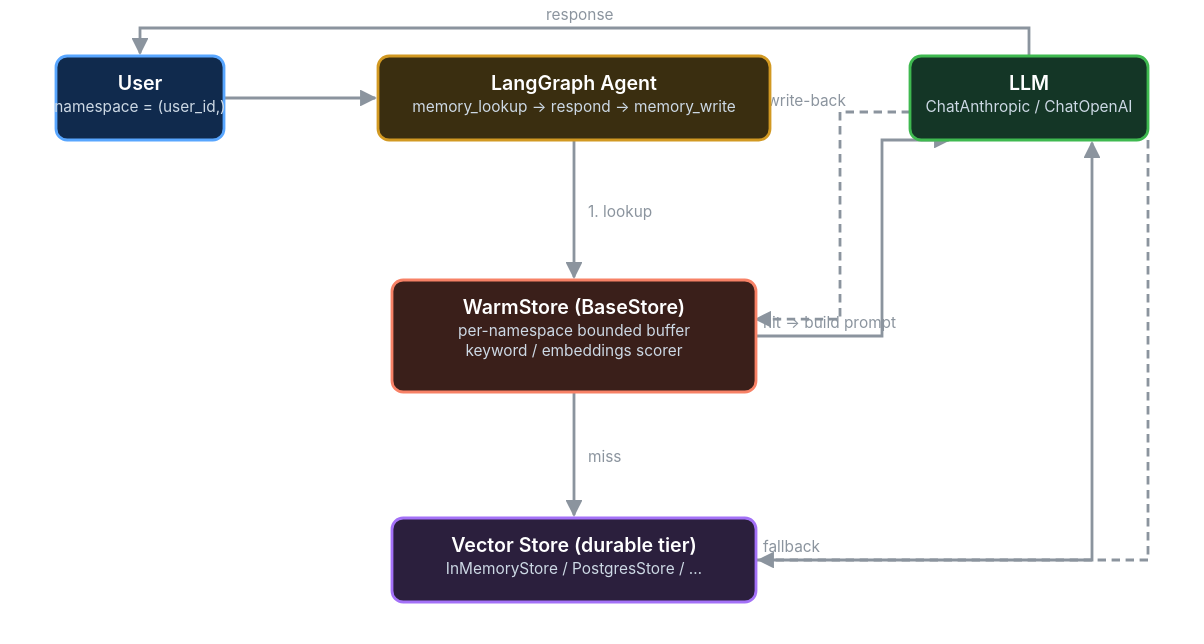
The draw.io diagram docs/warm_memory_architecture.drawio.svg in vsingh45/WarmMemory, before a commit. Source tidied: cells renumbered, new cells last; positions are measured from the earlier drawing's top-left corner, leaving out a move shared by most shapes.
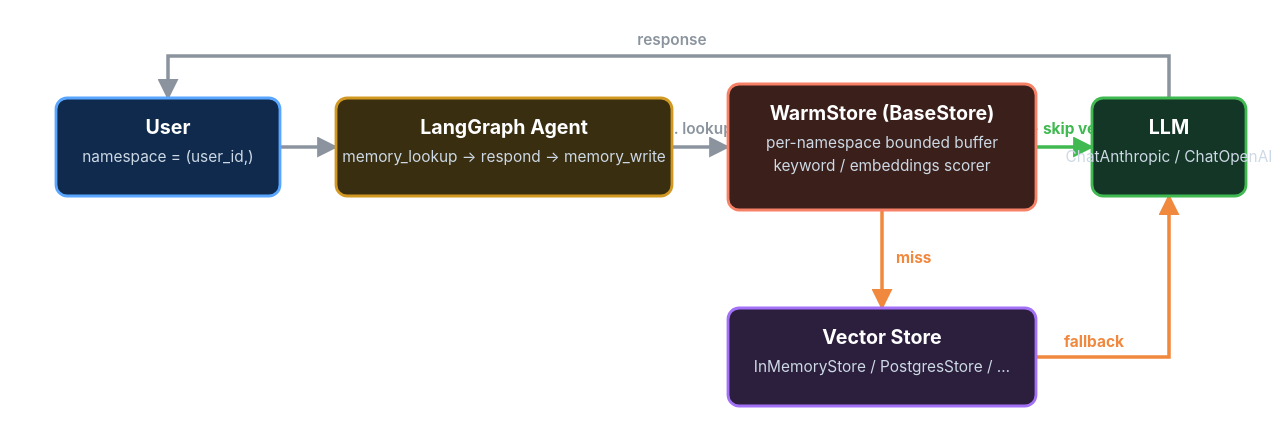
The same diagram one commit later.

Commit message:
docs: color-code the hit (green) vs miss (orange) paths in the diagram

What changed in the source:
```diff
@@ -2,28 +2,26 @@
   <root>
     <mxCell id="0" />
     <mxCell id="1" parent="0" />
-    <mxCell id="2" value="User&#10;&lt;font style=&quot;font-size: 11px&quot; color=&quot;#cdd9e5&quot;&gt;namespace = (user_id,)&lt;/font&gt;" style="rounded=1;whiteSpace=wrap;html=1;fillColor=#102A4D;strokeColor=#58A6FF;strokeWidth=2;fontColor=#FFFFFF;fontSize=14;fontStyle=1;" parent="1" vertex="1">
-      <mxGeometry width="120" height="60" as="geometry" />
+    <mxCell id="2" value="&lt;b&gt;User&lt;/b&gt;&#10;&lt;font style=&quot;font-size: 11px&quot; color=&quot;#cdd9e5&quot;&gt;namespace = (user_id,)&lt;/font&gt;" style="rounded=1;whiteSpace=wrap;html=1;fillColor=#102A4D;strokeColor=#58A6FF;strokeWidth=2;fontColor=#FFFFFF;fontSize=13;" parent="1" vertex="1">
+      <mxGeometry y="30" width="160" height="70" as="geometry" />
     </mxCell>
-    <mxCell id="3" value="LangGraph Agent&#10;&lt;font style=&quot;font-size: 11px&quot; color=&quot;#cdd9e5&quot;&gt;memory_lookup → respond → memory_write&lt;/font&gt;" style="rounded=1;whiteSpace=wrap;html=1;fillColor=#3A2E10;strokeColor=#D29922;strokeWidth=2;fontColor=#FFFFFF;fontSize=14;fontStyle=1;" parent="1" vertex="1">
-      <mxGeometry x="230" width="280" height="60" as="geometry" />
+    <mxCell id="3" value="&lt;b&gt;LangGraph Agent&lt;/b&gt;&#10;&lt;font style=&quot;font-size: 11px&quot; color=&quot;#cdd9e5&quot;&gt;memory_lookup → respond → memory_write&lt;/font&gt;" style="rounded=1;whiteSpace=wrap;html=1;fillColor=#3A2E10;strokeColor=#D29922;strokeWidth=2;fontColor=#FFFFFF;fontSize=13;" parent="1" vertex="1">
+      <mxGeometry x="200" y="30" width="240" height="70" as="geometry" />
     </mxCell>
+    <mxCell id="5" value="&lt;b&gt;WarmStore (BaseStore)&lt;/b&gt;&#10;&lt;font style=&quot;font-size: 11px&quot; color=&quot;#cdd9e5&quot;&gt;per-namespace bounded buffer&#10;keyword / embeddings scorer&lt;/font&gt;" style="rounded=1;whiteSpace=wrap;html=1;fillColor=#3A1F1A;strokeColor=#F78166;strokeWidth=2;fontColor=#FFFFFF;fontSize=13;" parent="1" vertex="1">
+      <mxGeometry x="480" y="20" width="220" height="90" as="geometry" />
+    </mxCell>
-    <mxCell id="4" value="LLM&#10;&lt;font style=&quot;font-size: 11px&quot; color=&quot;#cdd9e5&quot;&gt;ChatAnthropic / ChatOpenAI / …&lt;/font&gt;" style="rounded=1;whiteSpace=wrap;html=1;fillColor=#143626;strokeColor=#3FB950;strokeWidth=2;fontColor=#FFFFFF;fontSize=14;fontStyle=1;" parent="1" vertex="1">
-      <mxGeometry x="610" width="170" height="60" as="geometry" />
+    <mxCell id="4" value="&lt;b&gt;LLM&lt;/b&gt;&#10;&lt;font style=&quot;font-size: 11px&quot; color=&quot;#cdd9e5&quot;&gt;ChatAnthropic / ChatOpenAI&lt;/font&gt;" style="rounded=1;whiteSpace=wrap;html=1;fillColor=#143626;strokeColor=#3FB950;strokeWidth=2;fontColor=#FFFFFF;fontSize=13;" parent="1" vertex="1">
+      <mxGeometry x="740" y="30" width="110" height="70" as="geometry" />
     </mxCell>
-    <mxCell id="5" value="WarmStore (BaseStore)&#10;&lt;font style=&quot;font-size: 11px&quot; color=&quot;#cdd9e5&quot;&gt;per-namespace bounded buffer&#10;keyword / embeddings scorer&lt;/font&gt;" style="rounded=1;whiteSpace=wrap;html=1;fillColor=#3A1F1A;strokeColor=#F78166;strokeWidth=2;fontColor=#FFFFFF;fontSize=14;fontStyle=1;" parent="1" vertex="1">
-      <mxGeometry x="240" y="160" width="260" height="80" as="geometry" />
-    </mxCell>
-    <mxCell id="6" value="Vector Store (durable tier)&#10;&lt;font style=&quot;font-size: 11px&quot; color=&quot;#cdd9e5&quot;&gt;InMemoryStore / PostgresStore / …&lt;/font&gt;" style="rounded=1;whiteSpace=wrap;html=1;fillColor=#2B1F3D;strokeColor=#A371F7;strokeWidth=2;fontColor=#FFFFFF;fontSize=14;fontStyle=1;" parent="1" vertex="1">
-      <mxGeometry x="240" y="330" width="260" height="60" as="geometry" />
+    <mxCell id="6" value="&lt;b&gt;Vector Store&lt;/b&gt;&#10;&lt;font style=&quot;font-size: 11px&quot; color=&quot;#cdd9e5&quot;&gt;InMemoryStore / PostgresStore / …&lt;/font&gt;" style="rounded=1;whiteSpace=wrap;html=1;fillColor=#2B1F3D;strokeColor=#A371F7;strokeWidth=2;fontColor=#FFFFFF;fontSize=13;" parent="1" vertex="1">
+      <mxGeometry x="480" y="180" width="220" height="70" as="geometry" />
     </mxCell>
     <mxCell id="7" style="endArrow=classic;html=1;strokeColor=#8B949E;strokeWidth=2;exitX=1;exitY=0.5;entryX=0;entryY=0.5;" parent="1" edge="1" source="2" target="3" />
-    <mxCell id="8" value="1. lookup" style="endArrow=classic;html=1;strokeColor=#8B949E;strokeWidth=2;exitX=0.5;exitY=1;entryX=0.5;entryY=0;fontColor=#8B949E;fontSize=11;" parent="1" edge="1" source="3" target="5" />
+    <mxCell id="8" value="1. lookup" style="endArrow=classic;html=1;strokeColor=#8B949E;strokeWidth=2;exitX=1;exitY=0.5;entryX=0;entryY=0.5;fontColor=#8B949E;fontSize=11;labelBackgroundColor=none;" parent="1" edge="1" source="3" target="5" />
-    <mxCell id="9" value="hit → build prompt" style="endArrow=classic;html=1;strokeColor=#8B949E;strokeWidth=2;exitX=1;exitY=0.5;entryX=0.5;entryY=1;fontColor=#8B949E;fontSize=11;" parent="1" edge="1" source="5" target="4" />
+    <mxCell id="9" value="hit → skip vector" style="endArrow=classic;html=1;strokeColor=#3FB950;strokeWidth=2.5;exitX=1;exitY=0.5;entryX=0;entryY=0.5;fontColor=#3FB950;fontSize=11;fontStyle=1;labelBackgroundColor=none;" parent="1" edge="1" source="5" target="4" />
-    <mxCell id="10" value="miss" style="endArrow=classic;html=1;strokeColor=#8B949E;strokeWidth=2;exitX=0.5;exitY=1;entryX=0.5;entryY=0;fontColor=#8B949E;fontSize=11;" parent="1" edge="1" source="5" target="6" />
+    <mxCell id="10" value="miss" style="endArrow=classic;html=1;strokeColor=#F0883E;strokeWidth=2.5;exitX=0.5;exitY=1;entryX=0.5;entryY=0;fontColor=#F0883E;fontSize=11;fontStyle=1;labelBackgroundColor=none;" parent="1" edge="1" source="5" target="6" />
-    <mxCell id="11" value="fallback" style="endArrow=classic;html=1;strokeColor=#8B949E;strokeWidth=2;exitX=1;exitY=0.5;entryX=1;entryY=1;fontColor=#8B949E;fontSize=11;" parent="1" edge="1" source="6" target="4" />
+    <mxCell id="11" value="fallback" style="endArrow=classic;html=1;strokeColor=#F0883E;strokeWidth=2.5;exitX=1;exitY=0.5;entryX=1;entryY=1;fontColor=#F0883E;fontSize=11;fontStyle=1;labelBackgroundColor=none;edgeStyle=orthogonalEdgeStyle;" parent="1" edge="1" source="6" target="4" />
-    <mxCell id="12" value="response" style="endArrow=classic;html=1;strokeColor=#8B949E;strokeWidth=2;exitX=0;exitY=0;entryX=1;entryY=0;fontColor=#8B949E;fontSize=11;" parent="1" edge="1" source="4" target="2" />
+    <mxCell id="12" value="response" style="endArrow=classic;html=1;strokeColor=#8B949E;strokeWidth=2;exitX=0.5;exitY=0;entryX=0.5;entryY=0;fontColor=#8B949E;fontSize=11;labelBackgroundColor=none;edgeStyle=orthogonalEdgeStyle;" parent="1" edge="1" source="4" target="2" />
-    <mxCell id="13" value="write-back" style="endArrow=classic;html=1;strokeColor=#8B949E;strokeWidth=2;dashed=1;exitX=0;exitY=0.5;entryX=1;entryY=0.5;fontColor=#8B949E;fontSize=11;" parent="1" edge="1" source="4" target="5" />
-    <mxCell id="14" value="write-back" style="endArrow=classic;html=1;strokeColor=#8B949E;strokeWidth=2;dashed=1;exitX=1;exitY=1;entryX=1;entryY=0.5;fontColor=#8B949E;fontSize=11;" parent="1" edge="1" source="4" target="6" />
   </root>
 </mxGraphModel>
```
